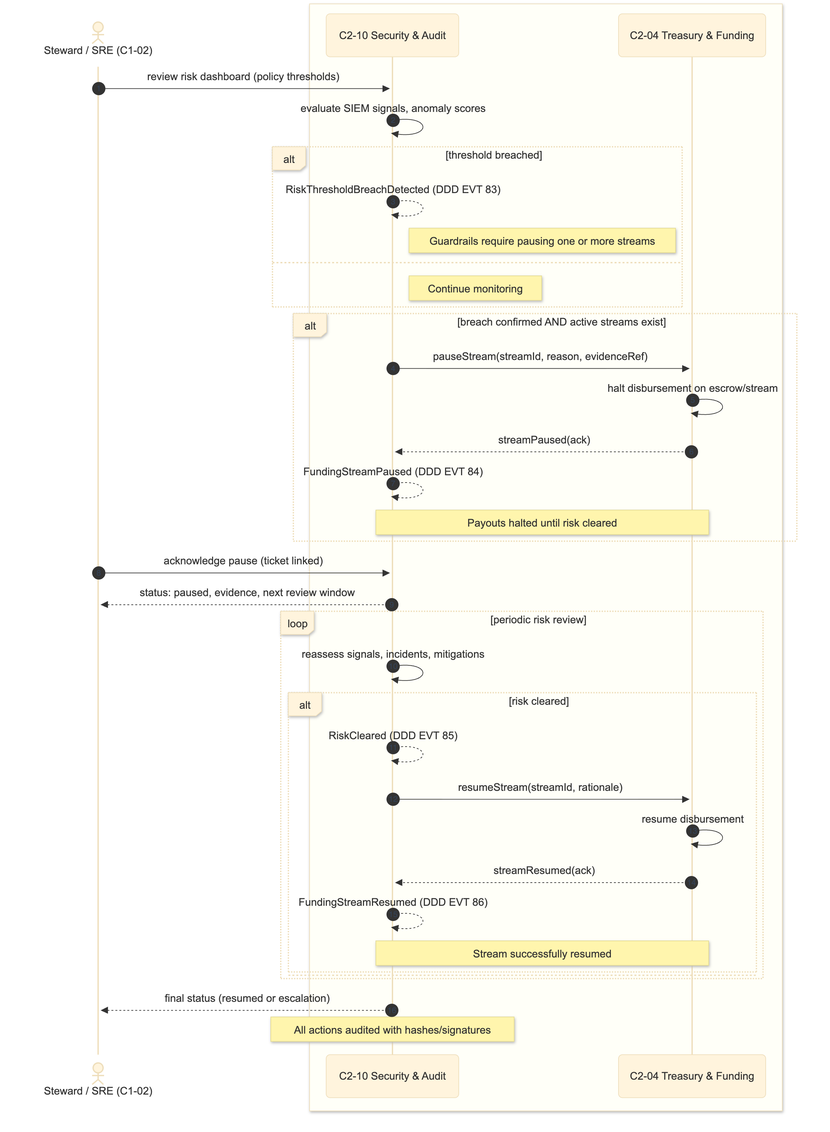
coherosphere/architecture keeps this Mermaid diagram as assets/diagrams/C4_sequences/C4-35_Funding_Stream_Pause_Resume_via_Risk.png. Above is the earlier version. Its source is kept beside it as assets/diagrams/C4_sequences/C4-35_Funding_Stream_Pause_Resume_via_Risk.mmd.
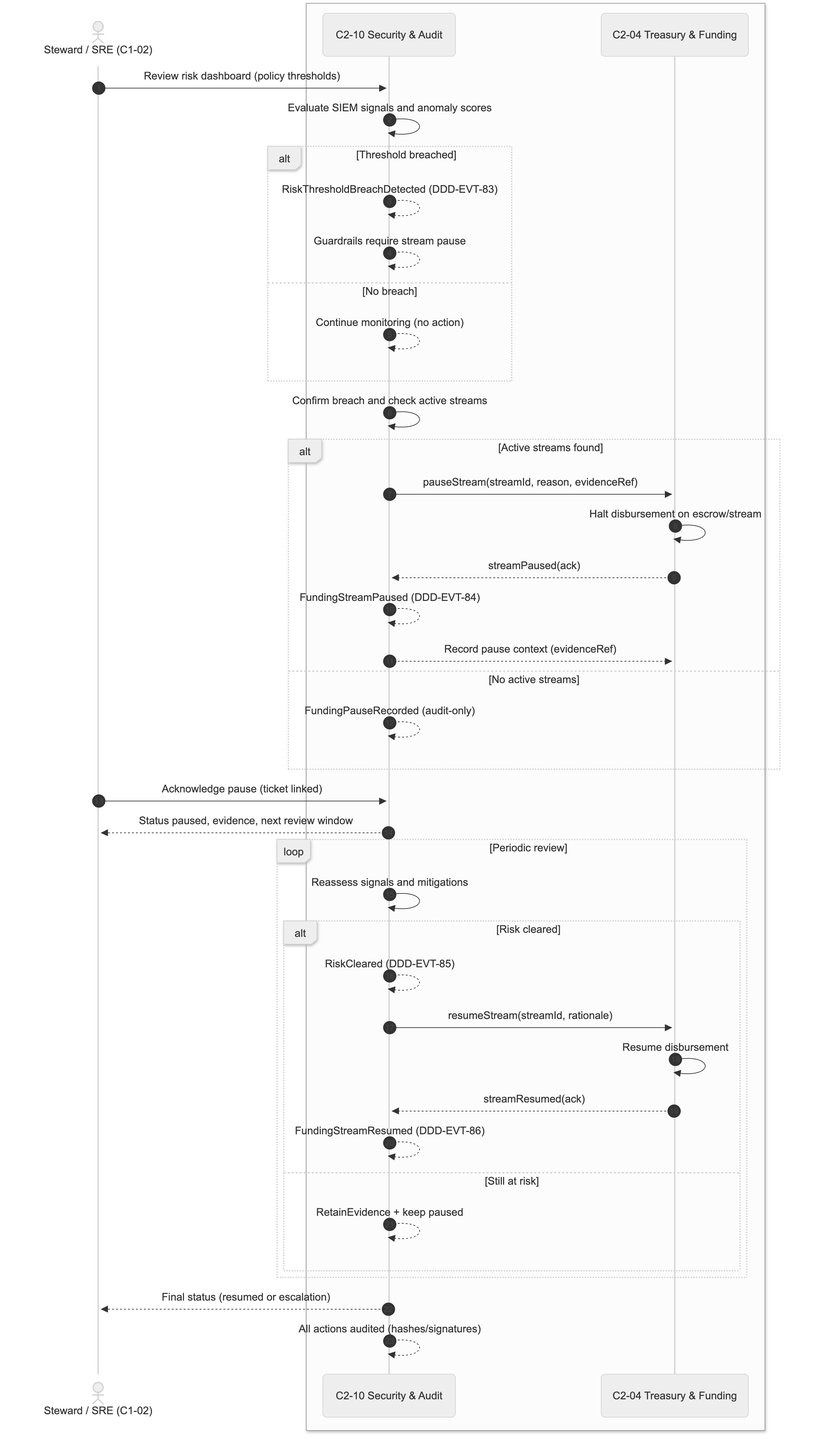
After the change.

Diff of the diagram source:
```diff
@@ -1,4 +1,4 @@
-%%{init: {'theme':'base','themeVariables':{ 'sequenceNumberColor':'#334155'}}}%%
+%%{init: {'theme':'neutral','themeVariables':{ 'sequenceNumberColor':'#444'}}}%%
 sequenceDiagram
 autonumber
 
@@ -9,45 +9,48 @@
   participant TRE as C2-04 Treasury & Funding
 end
 
-S ->> SEC: review risk dashboard (policy thresholds)
-SEC ->> SEC: evaluate SIEM signals, anomaly scores
 
-alt threshold breached
-  SEC -->> SEC: RiskThresholdBreachDetected (DDD EVT 83)
-  note right of SEC: Guardrails require pausing one or more streams
+S ->> SEC: Review risk dashboard (policy thresholds)
+SEC ->> SEC: Evaluate SIEM signals and anomaly scores
 
-else
-  note right of SEC: Continue monitoring
-
+alt Threshold breached
+  SEC -->> SEC: RiskThresholdBreachDetected (DDD-EVT-83)
+  SEC -->> SEC: Guardrails require stream pause
+else No breach
+  SEC -->> SEC: Continue monitoring (no action)
 end
 
-alt breach confirmed AND active streams exist
+
+SEC ->> SEC: Confirm breach and check active streams
+
+alt Active streams found
   SEC ->> TRE: pauseStream(streamId, reason, evidenceRef)
-  TRE ->> TRE: halt disbursement on escrow/stream
+  TRE ->> TRE: Halt disbursement on escrow/stream
   TRE -->> SEC: streamPaused(ack)
-  SEC -->> SEC: FundingStreamPaused (DDD EVT 84)
-  note over SEC,TRE: Payouts halted until risk cleared
-
+  SEC -->> SEC: FundingStreamPaused (DDD-EVT-84)
+  SEC -->> TRE: Record pause context (evidenceRef)
+else No active streams
+  SEC -->> SEC: FundingPauseRecorded (audit-only)
 end
 
-S ->> SEC: acknowledge pause (ticket linked)
-SEC -->> S: status: paused, evidence, next review window
 
-loop periodic risk review
-  SEC ->> SEC: reassess signals, incidents, mitigations
+S ->> SEC: Acknowledge pause (ticket linked)
+SEC -->> S: Status paused, evidence, next review window
 
-  alt risk cleared
-    SEC -->> SEC: RiskCleared (DDD EVT 85)
+
+loop Periodic review
+  SEC ->> SEC: Reassess signals and mitigations
+  alt Risk cleared
+    SEC -->> SEC: RiskCleared (DDD-EVT-85)
     SEC ->> TRE: resumeStream(streamId, rationale)
-    TRE ->> TRE: resume disbursement
+    TRE ->> TRE: Resume disbursement
     TRE -->> SEC: streamResumed(ack)
-    SEC -->> SEC: FundingStreamResumed (DDD EVT 86)
-    note over SEC,TRE: Stream successfully resumed
-
-else
+    SEC -->> SEC: FundingStreamResumed (DDD-EVT-86)
+  else Still at risk
+    SEC -->> SEC: RetainEvidence + keep paused
+  end
 end
 
-end
 
-SEC -->> S: final status (resumed or escalation)
-note over SEC: All actions audited with hashes/signatures
+SEC -->> S: Final status (resumed or escalation)
+SEC -->> SEC: All actions audited (hashes/signatures)
```
